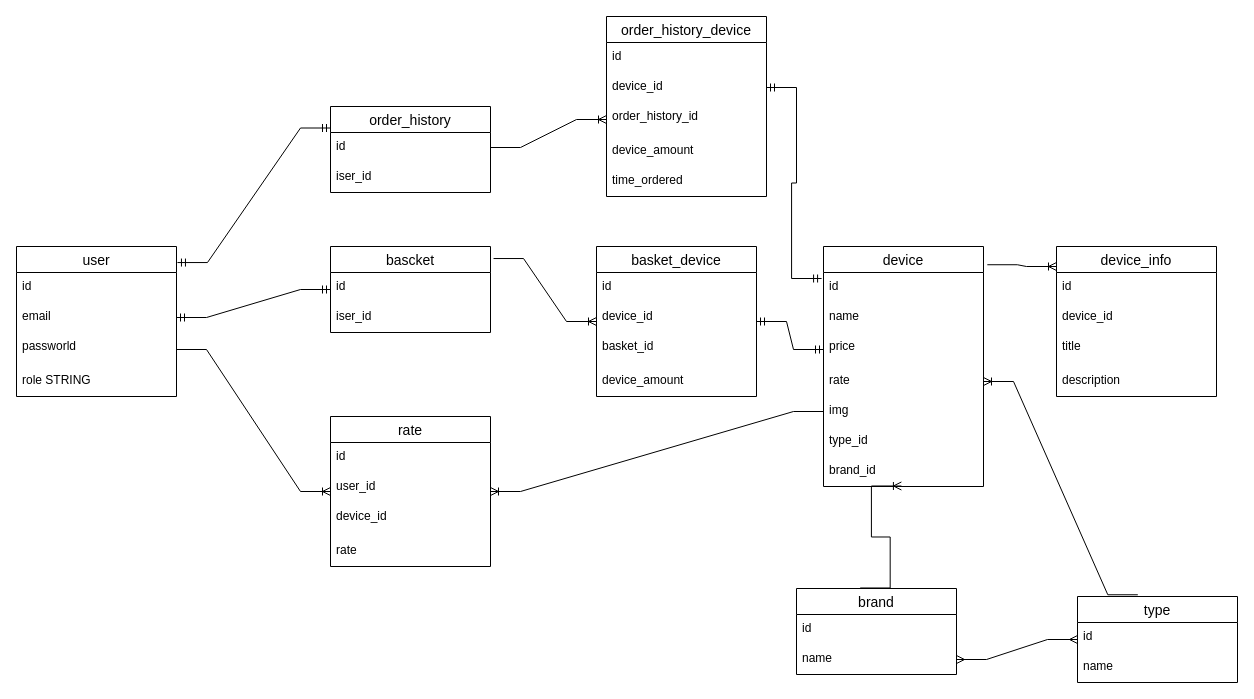
The draw.io diagram server/models/db_diagram.drawio in zaxel/react_simple_shop, before the edit. Source tidied: cells renumbered, new cells numbered last; positions are measured from the earlier drawing's top-left corner, leaving out a move shared by most shapes. Both pictures are drawn from the tidied source at 100%, with x=0, y=0 at pixel (16, 16).
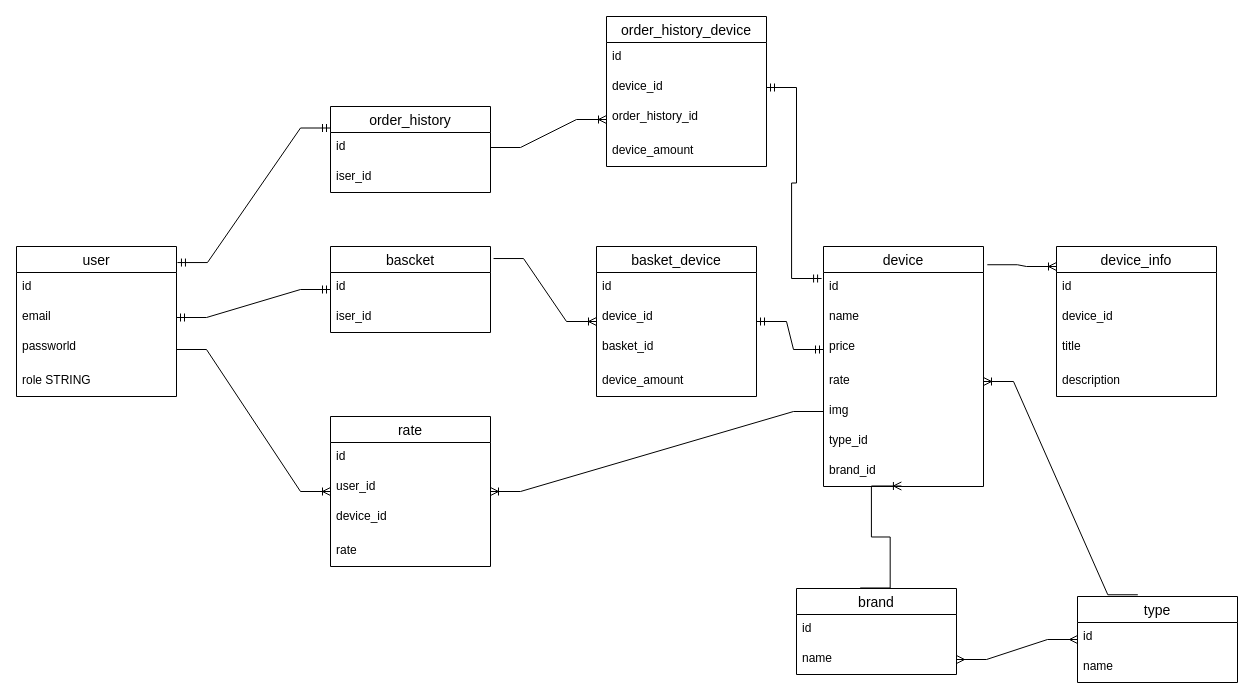
The same page after the edit.

Commit message:
order created time field removed from db model no needs in another time field as there is already column row created time exist

The edit, as a diff of the source:
```diff
@@
     <mxCell id="51" value="order_history_device" style="swimlane;fontStyle=0;horizontal=1;startSize=26;align=center;fontSize=14;" parent="1" vertex="1">
-      <mxGeometry x="590" width="160" height="180" as="geometry" />
+      <mxGeometry x="590" width="160" height="150" as="geometry" />
     </mxCell>
@@
-    <mxCell id="56" value="time_ordered" style="text;strokeColor=none;fillColor=none;spacingLeft=4;spacingRight=4;overflow=hidden;fontSize=12;" parent="51" vertex="1">
-      <mxGeometry y="150" width="160" height="30" as="geometry" />
-    </mxCell>
```
